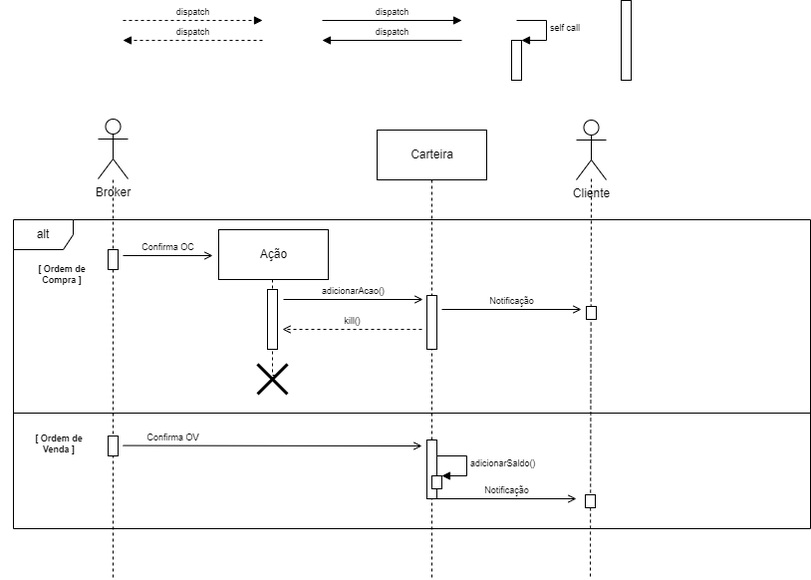
EijiDogen/FEI_MDSMarket keeps this draw.io diagram as MarketDiagramasDeSequencia/MarketSequencia05.drawio.png. Above is the earlier version. Source tidied: cells renumbered, new cells last; positions are measured from the earlier drawing's top-left corner, leaving out a move shared by most shapes. Source of this version:
```xml
<mxGraphModel>
  <root>
    <mxCell id="0" />
    <mxCell id="1" value="Frames" parent="0" />
    <mxCell id="2" value="alt" style="shape=umlFrame;whiteSpace=wrap;html=1;" parent="1" vertex="1">
      <mxGeometry x="13" y="220" width="800" height="310" as="geometry" />
    </mxCell>
    <mxCell id="3" value="[ Ordem de&lt;br&gt;Compra ]" style="text;html=1;strokeColor=none;fillColor=none;align=center;verticalAlign=middle;whiteSpace=wrap;rounded=0;fontSize=9;fontStyle=1;" parent="1" vertex="1">
      <mxGeometry x="3" y="260" width="118" height="30" as="geometry" />
    </mxCell>
    <mxCell id="4" style="line;strokeWidth=1;fillColor=none;align=left;verticalAlign=middle;spacingTop=-1;spacingLeft=3;spacingRight=3;labelPosition=right;" parent="1" vertex="1">
      <mxGeometry x="13" y="410" width="800" height="8" as="geometry" />
    </mxCell>
    <mxCell id="5" value="Lifeline" parent="0" />
    <mxCell id="6" style="edgeStyle=orthogonalEdgeStyle;rounded=0;orthogonalLoop=1;jettySize=auto;html=1;dashed=1;endArrow=none;endFill=0;" parent="5" edge="1">
      <mxGeometry relative="1" as="geometry">
        <mxPoint x="113" y="180" as="sourcePoint" />
        <mxPoint x="113" y="580" as="targetPoint" />
        <Array as="points">
          <mxPoint x="113" y="580" />
        </Array>
      </mxGeometry>
    </mxCell>
    <mxCell id="7" value="Cliente" style="shape=umlActor;verticalLabelPosition=bottom;verticalAlign=top;html=1;" parent="5" vertex="1">
      <mxGeometry x="578" y="120" width="30" height="60" as="geometry" />
    </mxCell>
    <mxCell id="8" style="edgeStyle=orthogonalEdgeStyle;rounded=0;orthogonalLoop=1;jettySize=auto;html=1;dashed=1;endArrow=none;endFill=0;anchorPointDirection=1;" parent="5" edge="1">
      <mxGeometry relative="1" as="geometry">
        <mxPoint x="433" y="180" as="sourcePoint" />
        <mxPoint x="433" y="580" as="targetPoint" />
        <Array as="points">
          <mxPoint x="433" y="580" />
        </Array>
      </mxGeometry>
    </mxCell>
    <mxCell id="9" style="edgeStyle=orthogonalEdgeStyle;rounded=0;orthogonalLoop=1;jettySize=auto;html=1;dashed=1;endArrow=none;endFill=0;" parent="5" edge="1">
      <mxGeometry relative="1" as="geometry">
        <mxPoint x="593" y="179" as="sourcePoint" />
        <mxPoint x="592" y="580" as="targetPoint" />
        <Array as="points">
          <mxPoint x="593" y="580" />
        </Array>
      </mxGeometry>
    </mxCell>
    <mxCell id="10" value="Carteira" style="html=1;" parent="5" vertex="1">
      <mxGeometry x="378" y="130" width="110" height="50" as="geometry" />
    </mxCell>
    <mxCell id="11" value="Broker" style="shape=umlActor;verticalLabelPosition=bottom;verticalAlign=top;html=1;" parent="5" vertex="1">
      <mxGeometry x="98" y="119" width="30" height="60" as="geometry" />
    </mxCell>
    <mxCell id="12" style="edgeStyle=orthogonalEdgeStyle;rounded=0;orthogonalLoop=1;jettySize=auto;html=1;endArrow=none;endFill=0;dashed=1;" parent="5" edge="1">
      <mxGeometry relative="1" as="geometry">
        <mxPoint x="273" y="280" as="sourcePoint" />
        <mxPoint x="276" y="376" as="targetPoint" />
        <Array as="points">
          <mxPoint x="273" y="376" />
        </Array>
      </mxGeometry>
    </mxCell>
    <mxCell id="13" value="Ação" style="html=1;" parent="5" vertex="1">
      <mxGeometry x="219" y="230" width="110" height="50" as="geometry" />
    </mxCell>
    <mxCell id="14" value="Active" parent="0" />
    <mxCell id="15" style="html=1;perimeter=orthogonalPerimeter;fontSize=9;" parent="14" vertex="1">
      <mxGeometry x="623" width="10" height="80" as="geometry" />
    </mxCell>
    <mxCell id="16" style="html=1;perimeter=orthogonalPerimeter;fontSize=9;" parent="14" vertex="1">
      <mxGeometry x="108" y="250" width="10" height="20" as="geometry" />
    </mxCell>
    <mxCell id="17" style="html=1;perimeter=orthogonalPerimeter;fontSize=9;" parent="14" vertex="1">
      <mxGeometry x="268" y="290" width="10" height="60" as="geometry" />
    </mxCell>
    <mxCell id="18" style="html=1;perimeter=orthogonalPerimeter;fontSize=9;" parent="14" vertex="1">
      <mxGeometry x="588" y="307" width="10" height="13" as="geometry" />
    </mxCell>
    <mxCell id="19" style="html=1;perimeter=orthogonalPerimeter;fontSize=9;" parent="14" vertex="1">
      <mxGeometry x="428" y="441" width="10" height="59" as="geometry" />
    </mxCell>
    <mxCell id="20" style="html=1;points=[];perimeter=orthogonalPerimeter;" parent="14" vertex="1">
      <mxGeometry x="433" y="477" width="10" height="13" as="geometry" />
    </mxCell>
    <mxCell id="21" value="adicionarSaldo()" style="edgeStyle=orthogonalEdgeStyle;html=1;align=left;spacingLeft=2;endArrow=block;rounded=0;entryX=1;entryY=0;fontSize=9;" parent="14" edge="1" target="20">
      <mxGeometry relative="1" as="geometry">
        <mxPoint x="438" y="457" as="sourcePoint" />
        <Array as="points">
          <mxPoint x="468" y="457" />
        </Array>
      </mxGeometry>
    </mxCell>
    <mxCell id="22" value="Notificação" style="html=1;verticalAlign=bottom;endArrow=open;rounded=0;fontSize=9;endFill=0;" parent="14" edge="1">
      <mxGeometry relative="1" as="geometry">
        <mxPoint x="438" y="500" as="sourcePoint" />
        <mxPoint x="578" y="500" as="targetPoint" />
      </mxGeometry>
    </mxCell>
    <mxCell id="23" style="html=1;perimeter=orthogonalPerimeter;fontSize=9;" parent="14" vertex="1">
      <mxGeometry x="587" y="496" width="10" height="13" as="geometry" />
    </mxCell>
    <mxCell id="24" value="[ Ordem de&lt;br&gt;Venda ]" style="text;html=1;strokeColor=none;fillColor=none;align=center;verticalAlign=middle;whiteSpace=wrap;rounded=0;fontSize=9;fontStyle=1;" parent="14" vertex="1">
      <mxGeometry y="430" width="118" height="30" as="geometry" />
    </mxCell>
    <mxCell id="25" value="Messages" parent="0" />
    <mxCell id="26" value="Confirma OC" style="html=1;verticalAlign=bottom;endArrow=open;rounded=0;fontSize=9;endFill=0;" parent="25" edge="1">
      <mxGeometry relative="1" as="geometry">
        <mxPoint x="123" y="256" as="sourcePoint" />
        <mxPoint x="213" y="256" as="targetPoint" />
      </mxGeometry>
    </mxCell>
    <mxCell id="27" value="dispatch" style="html=1;verticalAlign=bottom;endArrow=block;rounded=0;fontSize=9;" parent="25" edge="1">
      <mxGeometry relative="1" as="geometry">
        <mxPoint x="323" y="20" as="sourcePoint" />
        <mxPoint x="463" y="20" as="targetPoint" />
      </mxGeometry>
    </mxCell>
    <mxCell id="28" value="dispatch" style="html=1;verticalAlign=bottom;endArrow=block;rounded=0;dashed=1;fontSize=9;" parent="25" edge="1">
      <mxGeometry relative="1" as="geometry">
        <mxPoint x="123" y="20" as="sourcePoint" />
        <mxPoint x="263" y="20" as="targetPoint" />
      </mxGeometry>
    </mxCell>
    <mxCell id="29" value="dispatch" style="html=1;verticalAlign=bottom;endArrow=block;rounded=0;fontSize=9;" parent="25" edge="1">
      <mxGeometry relative="1" as="geometry">
        <mxPoint x="463" y="40" as="sourcePoint" />
        <mxPoint x="323" y="40" as="targetPoint" />
      </mxGeometry>
    </mxCell>
    <mxCell id="30" value="dispatch" style="html=1;verticalAlign=bottom;endArrow=block;rounded=0;dashed=1;fontSize=9;" parent="25" edge="1">
      <mxGeometry relative="1" as="geometry">
        <mxPoint x="263" y="40" as="sourcePoint" />
        <mxPoint x="123" y="40" as="targetPoint" />
      </mxGeometry>
    </mxCell>
    <mxCell id="31" style="html=1;points=[];perimeter=orthogonalPerimeter;fontSize=9;" parent="25" vertex="1">
      <mxGeometry x="513" y="40" width="10" height="40" as="geometry" />
    </mxCell>
    <mxCell id="32" value="self call" style="edgeStyle=orthogonalEdgeStyle;html=1;align=left;spacingLeft=2;endArrow=block;rounded=0;entryX=1;entryY=0;fontSize=9;" parent="25" edge="1" target="31">
      <mxGeometry relative="1" as="geometry">
        <mxPoint x="518" y="20" as="sourcePoint" />
        <Array as="points">
          <mxPoint x="548" y="20" />
        </Array>
      </mxGeometry>
    </mxCell>
    <mxCell id="33" value="kill()" style="html=1;verticalAlign=bottom;endArrow=open;rounded=0;fontSize=9;dashed=1;endFill=0;" parent="25" edge="1">
      <mxGeometry relative="1" as="geometry">
        <mxPoint x="423" y="330" as="sourcePoint" />
        <mxPoint x="283" y="330" as="targetPoint" />
      </mxGeometry>
    </mxCell>
    <mxCell id="34" style="html=1;perimeter=orthogonalPerimeter;fontSize=9;" parent="25" vertex="1">
      <mxGeometry x="428" y="296" width="10" height="54" as="geometry" />
    </mxCell>
    <mxCell id="35" value="adicionarAcao()" style="html=1;verticalAlign=bottom;endArrow=open;rounded=0;fontSize=9;endFill=0;" parent="25" edge="1">
      <mxGeometry relative="1" as="geometry">
        <mxPoint x="284" y="300" as="sourcePoint" />
        <mxPoint x="424" y="300" as="targetPoint" />
      </mxGeometry>
    </mxCell>
    <mxCell id="36" value="Notificação" style="html=1;verticalAlign=bottom;endArrow=open;rounded=0;fontSize=9;endFill=0;" parent="25" edge="1">
      <mxGeometry relative="1" as="geometry">
        <mxPoint x="443" y="310" as="sourcePoint" />
        <mxPoint x="583" y="310" as="targetPoint" />
      </mxGeometry>
    </mxCell>
    <mxCell id="37" style="shape=umlDestroy;whiteSpace=wrap;html=1;strokeWidth=3;fontSize=9;" parent="25" vertex="1">
      <mxGeometry x="258" y="365" width="30" height="30" as="geometry" />
    </mxCell>
    <mxCell id="38" style="html=1;perimeter=orthogonalPerimeter;fontSize=9;" parent="25" vertex="1">
      <mxGeometry x="108" y="437" width="10" height="20" as="geometry" />
    </mxCell>
    <mxCell id="39" value="Confirma OV" style="html=1;verticalAlign=bottom;endArrow=open;rounded=0;fontSize=9;endFill=0;" parent="25" edge="1">
      <mxGeometry x="-0.67" relative="1" as="geometry">
        <mxPoint x="123" y="446.6" as="sourcePoint" />
        <mxPoint x="423" y="447" as="targetPoint" />
      </mxGeometry>
    </mxCell>
  </root>
</mxGraphModel>
```
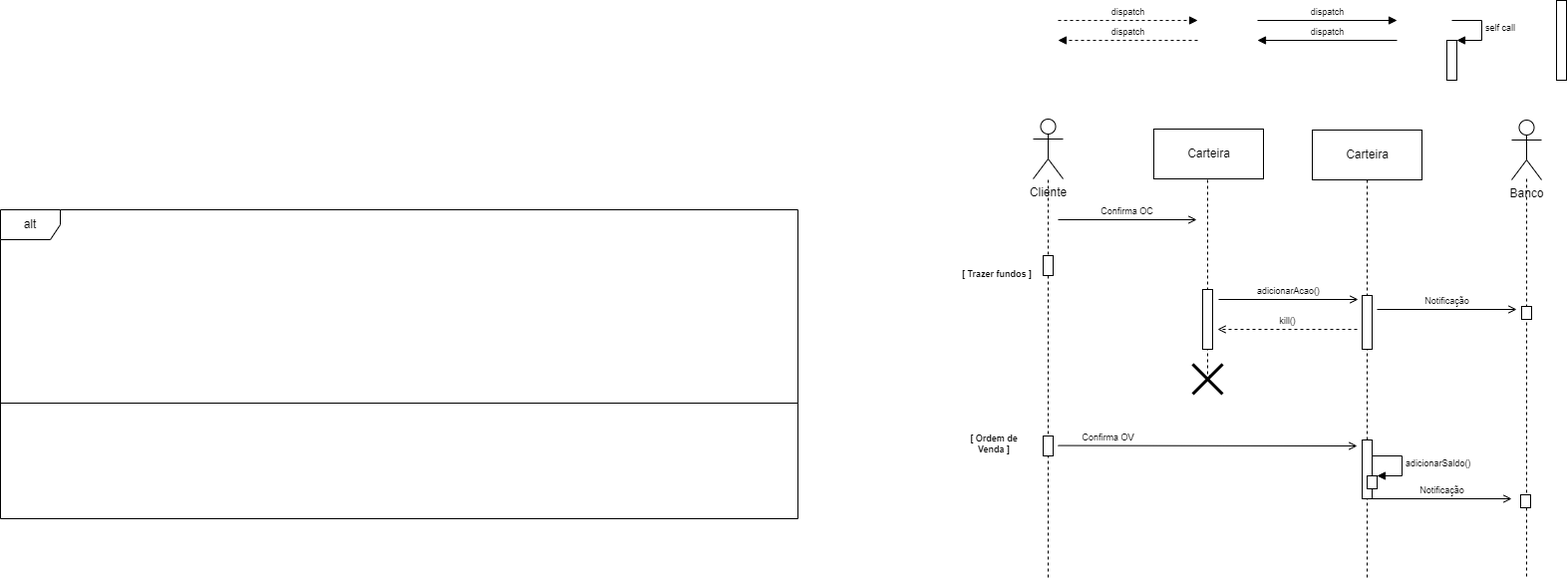
After the commit.

The edit, as a diff of the source:
```diff
@@ -3,13 +3,13 @@
     <mxCell id="0" />
     <mxCell id="1" value="Frames" parent="0" />
     <mxCell id="2" value="alt" style="shape=umlFrame;whiteSpace=wrap;html=1;" parent="1" vertex="1">
-      <mxGeometry x="13" y="220" width="800" height="310" as="geometry" />
+      <mxGeometry x="-938" y="210" width="800" height="310" as="geometry" />
     </mxCell>
-    <mxCell id="3" value="[ Ordem de&lt;br&gt;Compra ]" style="text;html=1;strokeColor=none;fillColor=none;align=center;verticalAlign=middle;whiteSpace=wrap;rounded=0;fontSize=9;fontStyle=1;" parent="1" vertex="1">
+    <mxCell id="3" value="[ Trazer fundos&amp;nbsp;]" style="text;html=1;strokeColor=none;fillColor=none;align=center;verticalAlign=middle;whiteSpace=wrap;rounded=0;fontSize=9;fontStyle=1;" parent="1" vertex="1">
       <mxGeometry x="3" y="260" width="118" height="30" as="geometry" />
     </mxCell>
     <mxCell id="4" style="line;strokeWidth=1;fillColor=none;align=left;verticalAlign=middle;spacingTop=-1;spacingLeft=3;spacingRight=3;labelPosition=right;" parent="1" vertex="1">
-      <mxGeometry x="13" y="410" width="800" height="8" as="geometry" />
+      <mxGeometry x="-938" y="400" width="800" height="8" as="geometry" />
     </mxCell>
     <mxCell id="5" value="Lifeline" parent="0" />
     <mxCell id="6" style="edgeStyle=orthogonalEdgeStyle;rounded=0;orthogonalLoop=1;jettySize=auto;html=1;dashed=1;endArrow=none;endFill=0;" parent="5" edge="1">
@@ -21,7 +21,7 @@
         </Array>
       </mxGeometry>
     </mxCell>
-    <mxCell id="7" value="Cliente" style="shape=umlActor;verticalLabelPosition=bottom;verticalAlign=top;html=1;" parent="5" vertex="1">
+    <mxCell id="7" value="Banco" style="shape=umlActor;verticalLabelPosition=bottom;verticalAlign=top;html=1;" parent="5" vertex="1">
       <mxGeometry x="578" y="120" width="30" height="60" as="geometry" />
     </mxCell>
     <mxCell id="8" style="edgeStyle=orthogonalEdgeStyle;rounded=0;orthogonalLoop=1;jettySize=auto;html=1;dashed=1;endArrow=none;endFill=0;anchorPointDirection=1;" parent="5" edge="1">
@@ -45,27 +45,27 @@
     <mxCell id="10" value="Carteira" style="html=1;" parent="5" vertex="1">
       <mxGeometry x="378" y="130" width="110" height="50" as="geometry" />
     </mxCell>
-    <mxCell id="11" value="Broker" style="shape=umlActor;verticalLabelPosition=bottom;verticalAlign=top;html=1;" parent="5" vertex="1">
+    <mxCell id="11" value="Cliente" style="shape=umlActor;verticalLabelPosition=bottom;verticalAlign=top;html=1;" parent="5" vertex="1">
       <mxGeometry x="98" y="119" width="30" height="60" as="geometry" />
     </mxCell>
     <mxCell id="12" style="edgeStyle=orthogonalEdgeStyle;rounded=0;orthogonalLoop=1;jettySize=auto;html=1;endArrow=none;endFill=0;dashed=1;" parent="5" edge="1">
       <mxGeometry relative="1" as="geometry">
-        <mxPoint x="273" y="280" as="sourcePoint" />
+        <mxPoint x="273" y="180" as="sourcePoint" />
         <mxPoint x="276" y="376" as="targetPoint" />
         <Array as="points">
           <mxPoint x="273" y="376" />
         </Array>
       </mxGeometry>
     </mxCell>
-    <mxCell id="13" value="Ação" style="html=1;" parent="5" vertex="1">
-      <mxGeometry x="219" y="230" width="110" height="50" as="geometry" />
+    <mxCell id="13" value="Carteira" style="html=1;" parent="5" vertex="1">
+      <mxGeometry x="219" y="129" width="110" height="50" as="geometry" />
     </mxCell>
     <mxCell id="14" value="Active" parent="0" />
     <mxCell id="15" style="html=1;perimeter=orthogonalPerimeter;fontSize=9;" parent="14" vertex="1">
       <mxGeometry x="623" width="10" height="80" as="geometry" />
     </mxCell>
     <mxCell id="16" style="html=1;perimeter=orthogonalPerimeter;fontSize=9;" parent="14" vertex="1">
-      <mxGeometry x="108" y="250" width="10" height="20" as="geometry" />
+      <mxGeometry x="108" y="256" width="10" height="20" as="geometry" />
     </mxCell>
     <mxCell id="17" style="html=1;perimeter=orthogonalPerimeter;fontSize=9;" parent="14" vertex="1">
       <mxGeometry x="268" y="290" width="10" height="60" as="geometry" />
@@ -102,8 +102,8 @@
     <mxCell id="25" value="Messages" parent="0" />
     <mxCell id="26" value="Confirma OC" style="html=1;verticalAlign=bottom;endArrow=open;rounded=0;fontSize=9;endFill=0;" parent="25" edge="1">
       <mxGeometry relative="1" as="geometry">
-        <mxPoint x="123" y="256" as="sourcePoint" />
-        <mxPoint x="213" y="256" as="targetPoint" />
+        <mxPoint x="123" y="220" as="sourcePoint" />
+        <mxPoint x="262" y="220" as="targetPoint" />
       </mxGeometry>
     </mxCell>
     <mxCell id="27" value="dispatch" style="html=1;verticalAlign=bottom;endArrow=block;rounded=0;fontSize=9;" parent="25" edge="1">
```
